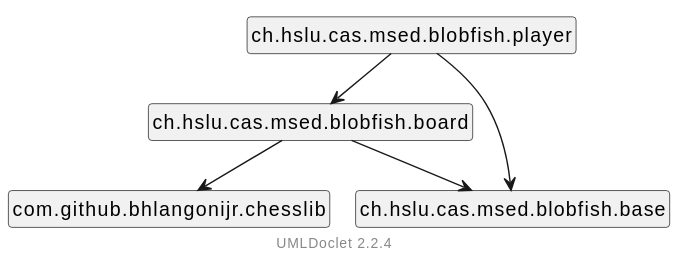
Before: docs/diagrams/dependencies.svg, a diagram exported from PlantUML (l2c0r3/blobfish).
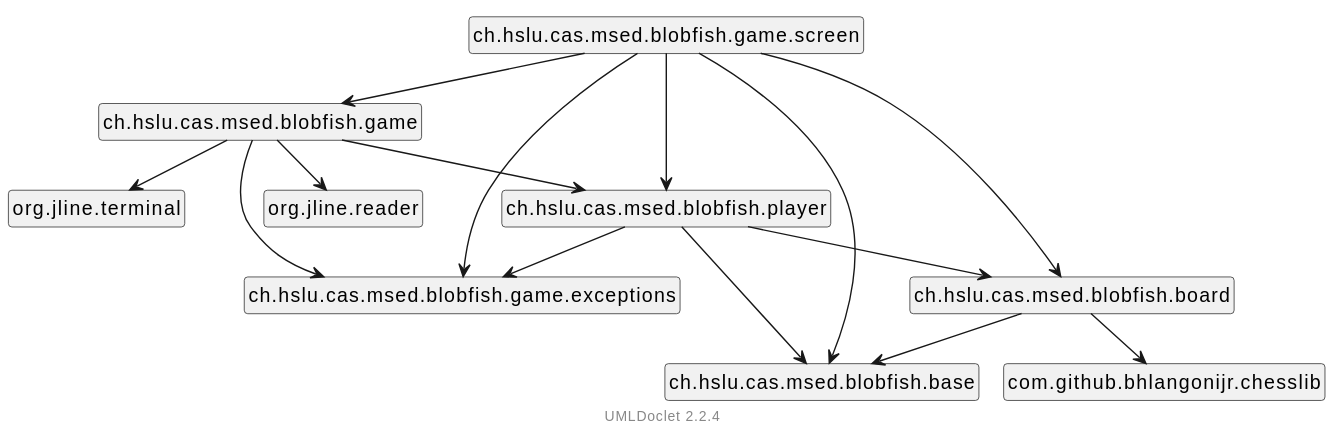
The same diagram one commit later.

Change to the diagram source:
```diff
@@ -8,16 +8,32 @@
     hide empty fields
     hide empty methods
 
+    ch.hslu.cas.msed.blobfish.game --> org.jline.terminal
+    ch.hslu.cas.msed.blobfish.game --> ch.hslu.cas.msed.blobfish.player
+    ch.hslu.cas.msed.blobfish.game --> org.jline.reader
+    ch.hslu.cas.msed.blobfish.game --> ch.hslu.cas.msed.blobfish.game.exceptions
+    ch.hslu.cas.msed.blobfish.game.screen --> ch.hslu.cas.msed.blobfish.game
+    ch.hslu.cas.msed.blobfish.game.screen --> ch.hslu.cas.msed.blobfish.base
+    ch.hslu.cas.msed.blobfish.game.screen --> ch.hslu.cas.msed.blobfish.board
+    ch.hslu.cas.msed.blobfish.game.screen --> ch.hslu.cas.msed.blobfish.player
+    ch.hslu.cas.msed.blobfish.game.screen --> ch.hslu.cas.msed.blobfish.game.exceptions
     ch.hslu.cas.msed.blobfish.board --> com.github.bhlangonijr.chesslib
     ch.hslu.cas.msed.blobfish.board --> ch.hslu.cas.msed.blobfish.base
     ch.hslu.cas.msed.blobfish.player --> ch.hslu.cas.msed.blobfish.base
     ch.hslu.cas.msed.blobfish.player --> ch.hslu.cas.msed.blobfish.board
+    ch.hslu.cas.msed.blobfish.player --> ch.hslu.cas.msed.blobfish.game.exceptions
 
-    class "ch.hslu.cas.msed.blobfish.board" [[ch/hslu/cas/msed/blobfish/board/package-summary.html]] {
+    class "ch.hslu.cas.msed.blobfish.game" [[ch/hslu/cas/msed/blobfish/game/package-summary.html]] {
+    }
+    class "ch.hslu.cas.msed.blobfish.player" [[ch/hslu/cas/msed/blobfish/player/package-summary.html]] {
+    }
+    class "ch.hslu.cas.msed.blobfish.game.exceptions" [[ch/hslu/cas/msed/blobfish/game/exceptions/package-summary.html]] {
+    }
+    class "ch.hslu.cas.msed.blobfish.game.screen" [[ch/hslu/cas/msed/blobfish/game/screen/package-summary.html]] {
     }
     class "ch.hslu.cas.msed.blobfish.base" [[ch/hslu/cas/msed/blobfish/base/package-summary.html]] {
     }
-    class "ch.hslu.cas.msed.blobfish.player" [[ch/hslu/cas/msed/blobfish/player/package-summary.html]] {
+    class "ch.hslu.cas.msed.blobfish.board" [[ch/hslu/cas/msed/blobfish/board/package-summary.html]] {
     }
 
     <style>
```
